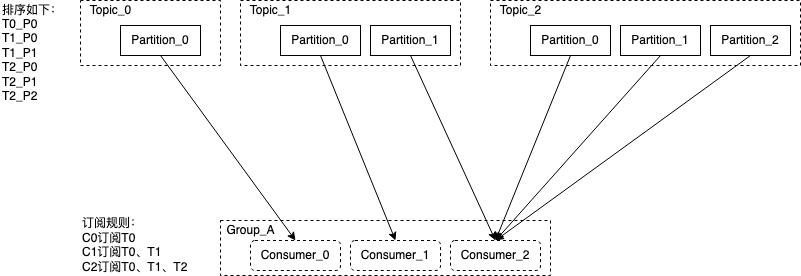
The draw.io diagram kafka Round Robin分配策略.png in wu0hgl/note_pic, before a commit. Source tidied: cells renumbered, new cells last; positions are measured from the earlier drawing's top-left corner, leaving out a move shared by most shapes.
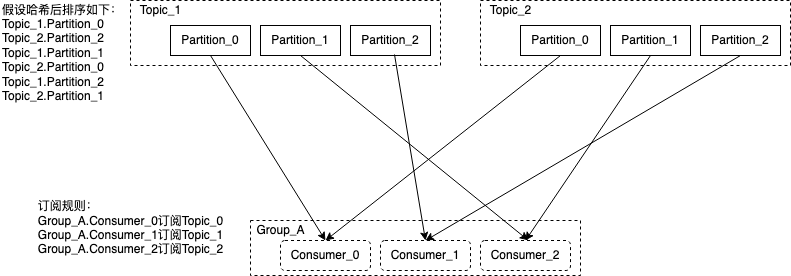
Above is the later version.

Commit message:
更新kafka Round Robin分配策略.png

What changed in the source:
```diff
@@ -6,17 +6,23 @@
       <mxGeometry x="220" y="220" width="330" height="55" as="geometry" />
     </mxCell>
     <mxCell id="3" style="rounded=0;whiteSpace=wrap;html=1;dashed=1;" parent="1" vertex="1">
-      <mxGeometry x="240" width="220" height="65" as="geometry" />
+      <mxGeometry x="100" width="310" height="65" as="geometry" />
     </mxCell>
     <mxCell id="4" value="Partition_0" style="rounded=0;whiteSpace=wrap;html=1;" parent="1" vertex="1">
-      <mxGeometry x="280" y="25" width="80" height="30" as="geometry" />
+      <mxGeometry x="140" y="25" width="80" height="30" as="geometry" />
     </mxCell>
     <mxCell id="5" value="Partition_1" style="rounded=0;whiteSpace=wrap;html=1;" parent="1" vertex="1">
-      <mxGeometry x="370" y="25" width="80" height="30" as="geometry" />
+      <mxGeometry x="230" y="25" width="80" height="30" as="geometry" />
     </mxCell>
+    <mxCell id="27" value="Partition_2" style="rounded=0;whiteSpace=wrap;html=1;" parent="1" vertex="1">
+      <mxGeometry x="320" y="25" width="80" height="30" as="geometry" />
+    </mxCell>
     <mxCell id="6" value="Topic_1" style="text;html=1;align=center;verticalAlign=middle;fillColor=none;strokeColor=none;rounded=0;" parent="1" vertex="1">
-      <mxGeometry x="240" width="60" height="20" as="geometry" />
+      <mxGeometry x="100" width="60" height="20" as="geometry" />
     </mxCell>
+    <mxCell id="26" value="Consumer_2" style="rounded=1;whiteSpace=wrap;html=1;dashed=1;strokeColor=#000000;" parent="1" vertex="1">
+      <mxGeometry x="450" y="240" width="90" height="30" as="geometry" />
+    </mxCell>
     <mxCell id="7" value="Consumer_0" style="rounded=1;whiteSpace=wrap;html=1;dashed=1;strokeColor=#000000;" parent="1" vertex="1">
       <mxGeometry x="250" y="240" width="90" height="30" as="geometry" />
     </mxCell>
@@ -27,55 +33,43 @@
       <mxGeometry x="220" y="220" width="60" height="20" as="geometry" />
     </mxCell>
     <mxCell id="10" style="rounded=0;whiteSpace=wrap;html=1;dashed=1;" parent="1" vertex="1">
-      <mxGeometry x="490" width="310" height="65" as="geometry" />
+      <mxGeometry x="450" width="310" height="65" as="geometry" />
     </mxCell>
     <mxCell id="11" value="Partition_0" style="rounded=0;whiteSpace=wrap;html=1;" parent="1" vertex="1">
-      <mxGeometry x="530" y="25" width="80" height="30" as="geometry" />
+      <mxGeometry x="490" y="25" width="80" height="30" as="geometry" />
     </mxCell>
     <mxCell id="12" value="Partition_1" style="rounded=0;whiteSpace=wrap;html=1;" parent="1" vertex="1">
-      <mxGeometry x="620" y="25" width="80" height="30" as="geometry" />
+      <mxGeometry x="580" y="25" width="80" height="30" as="geometry" />
     </mxCell>
     <mxCell id="13" value="Partition_2" style="rounded=0;whiteSpace=wrap;html=1;" parent="1" vertex="1">
-      <mxGeometry x="710" y="25" width="80" height="30" as="geometry" />
+      <mxGeometry x="670" y="25" width="80" height="30" as="geometry" />
     </mxCell>
     <mxCell id="14" value="Topic_2" style="text;html=1;align=center;verticalAlign=middle;fillColor=none;strokeColor=none;rounded=0;" parent="1" vertex="1">
-      <mxGeometry x="490" width="60" height="20" as="geometry" />
+      <mxGeometry x="450" width="60" height="20" as="geometry" />
     </mxCell>
-    <mxCell id="15" value="&lt;div align=&quot;left&quot;&gt;订阅规则：&lt;/div&gt;&lt;div align=&quot;left&quot;&gt;C0订阅T0&lt;/div&gt;&lt;div align=&quot;left&quot;&gt;C1订阅T0、T1&lt;/div&gt;&lt;div align=&quot;left&quot;&gt;C2订阅T0、T1、T2&lt;br&gt;&lt;/div&gt;" style="text;html=1;align=left;verticalAlign=middle;fillColor=none;strokeColor=none;rounded=0;dashed=1;" parent="1" vertex="1">
-      <mxGeometry x="80" y="215" width="120" height="60" as="geometry" />
+    <mxCell id="15" value="&lt;div align=&quot;left&quot;&gt;订阅规则：&lt;/div&gt;&lt;div&gt;Group_A.Consumer_0订阅Topic_0&lt;/div&gt;&lt;div&gt;Group_A.Consumer_1订阅Topic_1&lt;/div&gt;&lt;div&gt;Group_A.Consumer_2订阅Topic_2&lt;/div&gt;&lt;div&gt;&amp;nbsp;&amp;nbsp; &lt;br&gt;&lt;/div&gt;" style="text;html=1;align=center;verticalAlign=middle;fillColor=none;strokeColor=none;rounded=0;dashed=1;" parent="1" vertex="1">
+      <mxGeometry y="195" width="200" height="80" as="geometry" />
     </mxCell>
-    <mxCell id="16" value="&lt;div align=&quot;left&quot;&gt;排序如下：&lt;br&gt;&lt;/div&gt;&lt;div align=&quot;left&quot;&gt;T0_P0&lt;/div&gt;&lt;div align=&quot;left&quot;&gt;T1_P0&lt;/div&gt;&lt;div align=&quot;left&quot;&gt;T1_P1&lt;/div&gt;&lt;div align=&quot;left&quot;&gt;T2_P0&lt;/div&gt;&lt;div align=&quot;left&quot;&gt;T2_P1&lt;/div&gt;&lt;div align=&quot;left&quot;&gt;T2_P2&lt;br&gt;&lt;/div&gt;&lt;div align=&quot;left&quot;&gt;&lt;br&gt;&lt;/div&gt;" style="text;html=1;align=left;verticalAlign=middle;fillColor=none;strokeColor=none;rounded=0;dashed=1;" parent="1" vertex="1">
-      <mxGeometry width="80" height="120" as="geometry" />
+    <mxCell id="16" value="&lt;div align=&quot;left&quot;&gt;假设哈希后排序如下：&lt;br&gt;&lt;/div&gt;&lt;div align=&quot;left&quot;&gt;Topic_1.Partition_0&lt;/div&gt;&lt;div align=&quot;left&quot;&gt;Topic_2.Partition_2&lt;/div&gt;&lt;div align=&quot;left&quot;&gt;Topic_1.Partition_1&lt;/div&gt;&lt;div align=&quot;left&quot;&gt;Topic_2.Partition_0&lt;/div&gt;&lt;div align=&quot;left&quot;&gt;Topic_1.Partition_2&lt;/div&gt;&lt;div align=&quot;left&quot;&gt;Topic_2.Partition_1&lt;/div&gt;&lt;div align=&quot;left&quot;&gt;&lt;br&gt;&lt;/div&gt;" style="text;html=1;align=left;verticalAlign=middle;fillColor=none;strokeColor=none;rounded=0;dashed=1;" parent="1" vertex="1">
+      <mxGeometry x="-30" width="140" height="120" as="geometry" />
     </mxCell>
-    <mxCell id="17" style="endArrow=classic;html=1;exitX=0.5;exitY=1;exitDx=0;exitDy=0;entryX=0.5;entryY=0;entryDx=0;entryDy=0;" parent="1" edge="1" source="4" target="8">
+    <mxCell id="17" style="endArrow=classic;html=1;exitX=0.5;exitY=1;exitDx=0;exitDy=0;entryX=0.5;entryY=0;entryDx=0;entryDy=0;" parent="1" edge="1" source="4" target="7">
       <mxGeometry relative="1" as="geometry" />
     </mxCell>
-    <mxCell id="18" style="endArrow=classic;html=1;exitX=0.5;exitY=1;exitDx=0;exitDy=0;entryX=0.5;entryY=0;entryDx=0;entryDy=0;" parent="1" edge="1" source="13" target="26">
+    <mxCell id="18" style="endArrow=classic;html=1;entryX=0.5;entryY=0;entryDx=0;entryDy=0;exitX=0.5;exitY=1;exitDx=0;exitDy=0;" parent="1" edge="1" source="13" target="8">
       <mxGeometry relative="1" as="geometry" />
     </mxCell>
-    <mxCell id="19" style="endArrow=classic;html=1;exitX=0.5;exitY=1;exitDx=0;exitDy=0;entryX=0.5;entryY=0;entryDx=0;entryDy=0;" parent="1" edge="1" source="5" target="26">
+    <mxCell id="19" style="endArrow=classic;html=1;entryX=0.53;entryY=-0.008;entryDx=0;entryDy=0;exitX=0.5;exitY=1;exitDx=0;exitDy=0;entryPerimeter=0;" parent="1" edge="1" source="5" target="26">
       <mxGeometry relative="1" as="geometry" />
     </mxCell>
-    <mxCell id="20" style="endArrow=classic;html=1;exitX=0.5;exitY=1;exitDx=0;exitDy=0;entryX=0.5;entryY=0;entryDx=0;entryDy=0;" parent="1" edge="1" source="11" target="26">
+    <mxCell id="20" style="endArrow=classic;html=1;entryX=0.5;entryY=0;entryDx=0;entryDy=0;exitX=0.5;exitY=1;exitDx=0;exitDy=0;" parent="1" edge="1" source="11" target="7">
       <mxGeometry relative="1" as="geometry" />
     </mxCell>
+    <mxCell id="28" style="endArrow=classic;html=1;entryX=0.5;entryY=0;entryDx=0;entryDy=0;exitX=0.55;exitY=0.967;exitDx=0;exitDy=0;exitPerimeter=0;" parent="1" edge="1" source="27" target="8">
+      <mxGeometry relative="1" as="geometry" />
+    </mxCell>
     <mxCell id="21" style="endArrow=classic;html=1;exitX=0.5;exitY=1;exitDx=0;exitDy=0;entryX=0.5;entryY=0;entryDx=0;entryDy=0;" parent="1" edge="1" source="12" target="26">
       <mxGeometry relative="1" as="geometry" />
     </mxCell>
-    <mxCell id="22" style="rounded=0;whiteSpace=wrap;html=1;dashed=1;" parent="1" vertex="1">
-      <mxGeometry x="80" width="140" height="65" as="geometry" />
-    </mxCell>
-    <mxCell id="23" value="Partition_0" style="rounded=0;whiteSpace=wrap;html=1;" parent="1" vertex="1">
-      <mxGeometry x="120" y="25" width="80" height="30" as="geometry" />
-    </mxCell>
-    <mxCell id="24" value="Topic_0" style="text;html=1;align=center;verticalAlign=middle;fillColor=none;strokeColor=none;rounded=0;" parent="1" vertex="1">
-      <mxGeometry x="80" width="60" height="20" as="geometry" />
-    </mxCell>
-    <mxCell id="25" style="endArrow=classic;html=1;exitX=0.5;exitY=1;exitDx=0;exitDy=0;entryX=0.5;entryY=0;entryDx=0;entryDy=0;" parent="1" edge="1" source="23" target="7">
-      <mxGeometry relative="1" as="geometry" />
-    </mxCell>
-    <mxCell id="26" value="Consumer_2" style="rounded=1;whiteSpace=wrap;html=1;dashed=1;strokeColor=#000000;" parent="1" vertex="1">
-      <mxGeometry x="450" y="240" width="90" height="30" as="geometry" />
-    </mxCell>
   </root>
 </mxGraphModel>
```
